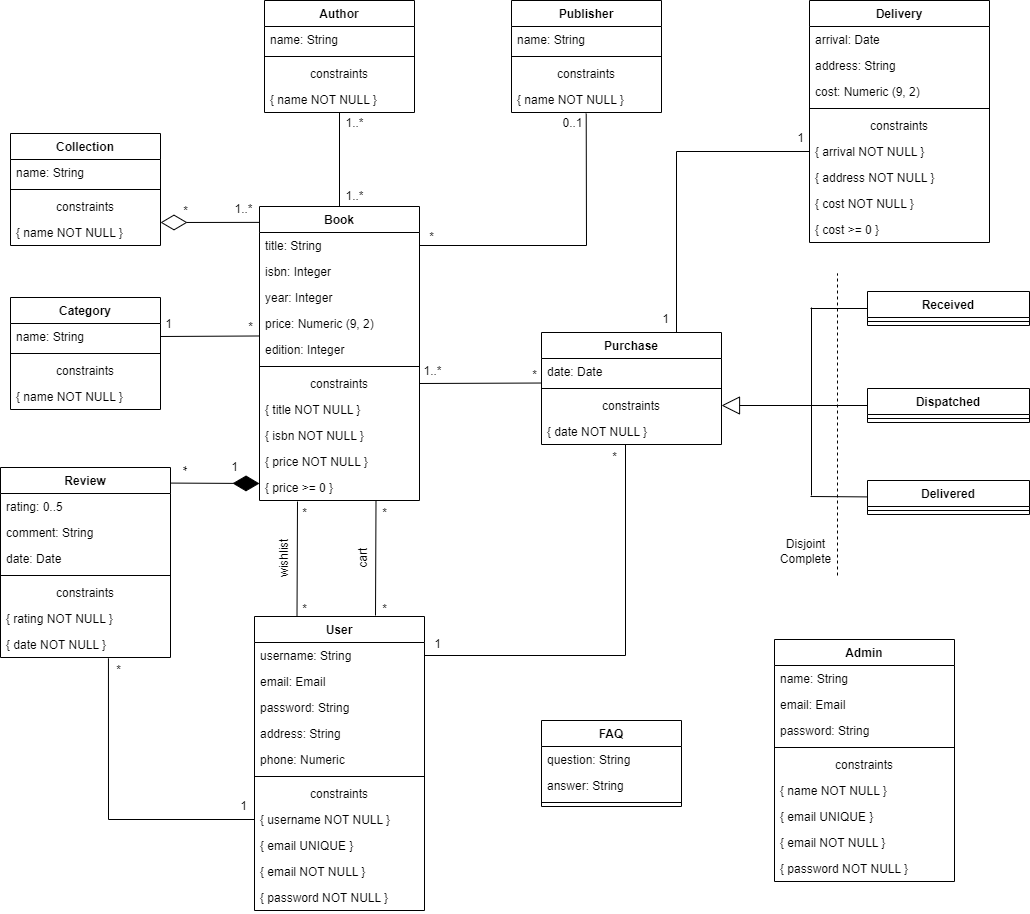
Earlier version of the draw.io export docs/images/UML.png (P1ntas/LBAW). Source tidied: cells renumbered, new cells last; positions are measured from the earlier drawing's top-left corner, leaving out a move shared by most shapes.
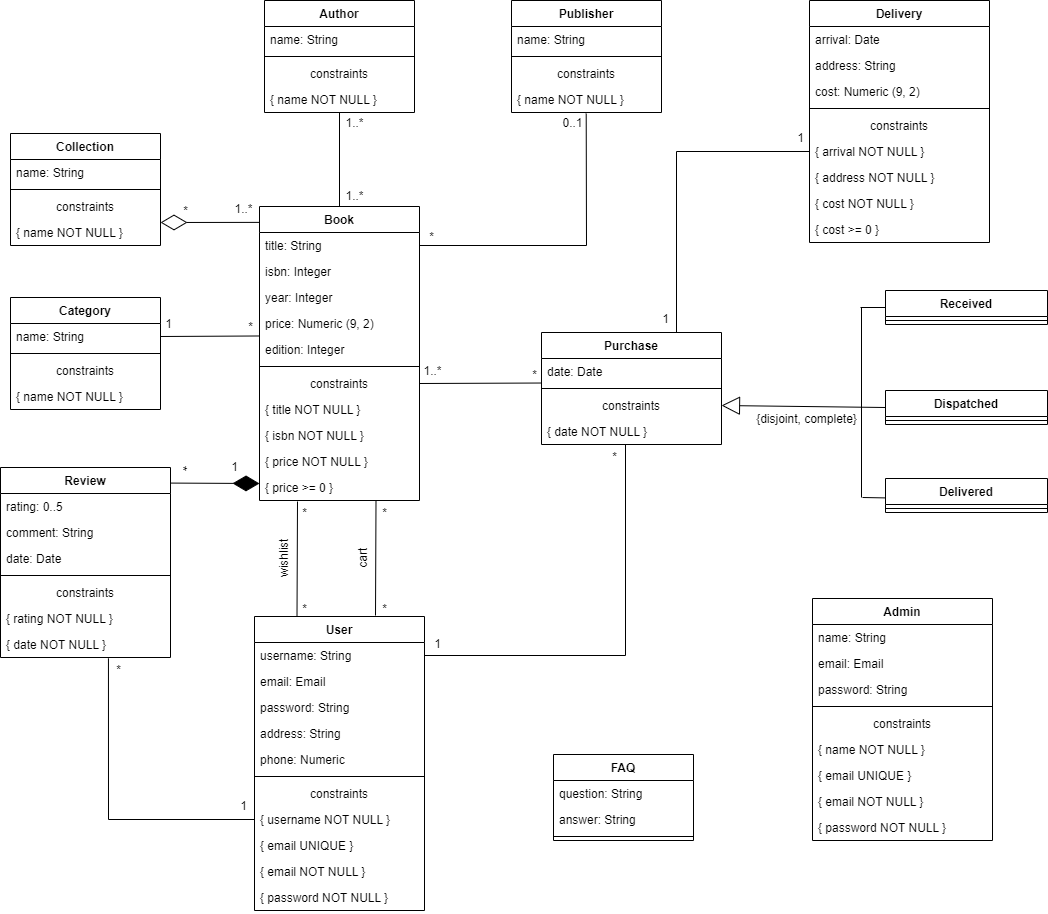
After the commit.

The edit, as a diff of the source:
```diff
@@ -75,7 +75,7 @@
       <mxGeometry y="268" width="170" height="26" as="geometry" />
     </mxCell>
     <mxCell id="26" value="Admin" style="swimlane;fontStyle=1;align=center;verticalAlign=top;horizontal=1;startSize=26;" parent="1" vertex="1">
-      <mxGeometry x="774" y="639" width="180" height="242" as="geometry" />
+      <mxGeometry x="812" y="598" width="180" height="242" as="geometry" />
     </mxCell>
     <mxCell id="27" value="name: String" style="text;strokeColor=none;fillColor=none;align=left;verticalAlign=top;spacingLeft=4;spacingRight=4;overflow=hidden;" parent="26" vertex="1">
       <mxGeometry y="26" width="180" height="26" as="geometry" />
@@ -105,7 +105,7 @@
       <mxGeometry y="216" width="180" height="26" as="geometry" />
     </mxCell>
     <mxCell id="36" value="FAQ" style="swimlane;fontStyle=1;align=center;verticalAlign=top;horizontal=1;startSize=26;" parent="1" vertex="1">
-      <mxGeometry x="541" y="720" width="140" height="86" as="geometry" />
+      <mxGeometry x="553" y="754" width="140" height="86" as="geometry" />
     </mxCell>
     <mxCell id="37" value="question: String" style="text;strokeColor=none;fillColor=none;align=left;verticalAlign=top;spacingLeft=4;spacingRight=4;overflow=hidden;" parent="36" vertex="1">
       <mxGeometry y="26" width="140" height="26" as="geometry" />
@@ -216,19 +216,19 @@
       <mxGeometry y="86" width="180" height="26" as="geometry" />
     </mxCell>
     <mxCell id="73" value="Received" style="swimlane;fontStyle=1;align=center;verticalAlign=top;horizontal=1;startSize=26;" parent="1" vertex="1">
-      <mxGeometry x="867" y="291" width="162" height="34" as="geometry" />
+      <mxGeometry x="885" y="290" width="162" height="34" as="geometry" />
     </mxCell>
     <mxCell id="74" style="line;strokeWidth=1;fillColor=none;align=left;verticalAlign=middle;spacingTop=-1;spacingLeft=3;spacingRight=3;labelPosition=right;strokeColor=inherit;" parent="73" vertex="1">
       <mxGeometry y="26" width="162" height="8" as="geometry" />
     </mxCell>
     <mxCell id="75" value="Delivered" style="swimlane;fontStyle=1;align=center;verticalAlign=top;horizontal=1;startSize=26;" parent="1" vertex="1">
-      <mxGeometry x="867" y="480" width="162" height="34" as="geometry" />
+      <mxGeometry x="885" y="478" width="162" height="34" as="geometry" />
     </mxCell>
     <mxCell id="76" style="line;strokeWidth=1;fillColor=none;align=left;verticalAlign=middle;spacingTop=-1;spacingLeft=3;spacingRight=3;labelPosition=right;strokeColor=inherit;" parent="75" vertex="1">
       <mxGeometry y="26" width="162" height="8" as="geometry" />
     </mxCell>
     <mxCell id="77" value="Dispatched" style="swimlane;fontStyle=1;align=center;verticalAlign=top;horizontal=1;startSize=26;" parent="1" vertex="1">
-      <mxGeometry x="867" y="388" width="162" height="34" as="geometry" />
+      <mxGeometry x="885" y="390" width="162" height="34" as="geometry" />
     </mxCell>
     <mxCell id="78" style="line;strokeWidth=1;fillColor=none;align=left;verticalAlign=middle;spacingTop=-1;spacingLeft=3;spacingRight=3;labelPosition=right;strokeColor=inherit;" parent="77" vertex="1">
       <mxGeometry y="26" width="162" height="8" as="geometry" />
@@ -290,19 +290,19 @@
     </mxCell>
     <mxCell id="90" style="endArrow=none;html=1;rounded=0;exitX=0;exitY=0.5;exitDx=0;exitDy=0;" parent="1" edge="1" source="73">
       <mxGeometry relative="1" as="geometry">
-        <mxPoint x="810" y="308" as="targetPoint" />
+        <mxPoint x="860" y="307" as="targetPoint" />
       </mxGeometry>
     </mxCell>
     <mxCell id="91" style="endArrow=none;html=1;rounded=0;exitX=0;exitY=0.5;exitDx=0;exitDy=0;" parent="1" edge="1">
       <mxGeometry relative="1" as="geometry">
-        <mxPoint x="867" y="496.4" as="sourcePoint" />
-        <mxPoint x="810" y="496" as="targetPoint" />
+        <mxPoint x="885" y="497.4" as="sourcePoint" />
+        <mxPoint x="862" y="497" as="targetPoint" />
       </mxGeometry>
     </mxCell>
     <mxCell id="92" style="endArrow=none;html=1;rounded=0;" parent="1" edge="1">
       <mxGeometry relative="1" as="geometry">
-        <mxPoint x="811" y="495" as="sourcePoint" />
-        <mxPoint x="811" y="307" as="targetPoint" />
+        <mxPoint x="861" y="497" as="sourcePoint" />
+        <mxPoint x="861" y="307" as="targetPoint" />
       </mxGeometry>
     </mxCell>
     <mxCell id="93" value="1" style="text;html=1;align=center;verticalAlign=middle;strokeColor=none;fillColor=none;" parent="1" vertex="1">
@@ -371,14 +371,8 @@
     <mxCell id="114" value="*" style="text;html=1;align=center;verticalAlign=middle;strokeColor=none;fillColor=none;" parent="1" vertex="1">
       <mxGeometry x="372" y="500" width="23" height="26" as="geometry" />
     </mxCell>
-    <mxCell id="115" style="endArrow=none;dashed=1;html=1;rounded=0;" parent="1" edge="1">
-      <mxGeometry relative="1" as="geometry">
-        <mxPoint x="837" y="575" as="sourcePoint" />
-        <mxPoint x="837" y="273" as="targetPoint" />
-      </mxGeometry>
-    </mxCell>
-    <mxCell id="116" value="Disjoint&lt;br&gt;Complete" style="text;html=1;align=center;verticalAlign=middle;strokeColor=none;fillColor=none;rotation=0;" parent="1" vertex="1">
-      <mxGeometry x="770" y="530" width="69" height="41" as="geometry" />
+    <mxCell id="116" value="{disjoint, complete}" style="text;html=1;align=center;verticalAlign=middle;strokeColor=none;fillColor=none;rotation=0;" parent="1" vertex="1">
+      <mxGeometry x="746" y="406" width="119" height="26" as="geometry" />
     </mxCell>
     <mxCell id="117" value="Delivery" style="swimlane;fontStyle=1;align=center;verticalAlign=top;horizontal=1;startSize=26;" parent="1" vertex="1">
       <mxGeometry x="809" width="180" height="242" as="geometry" />
```
